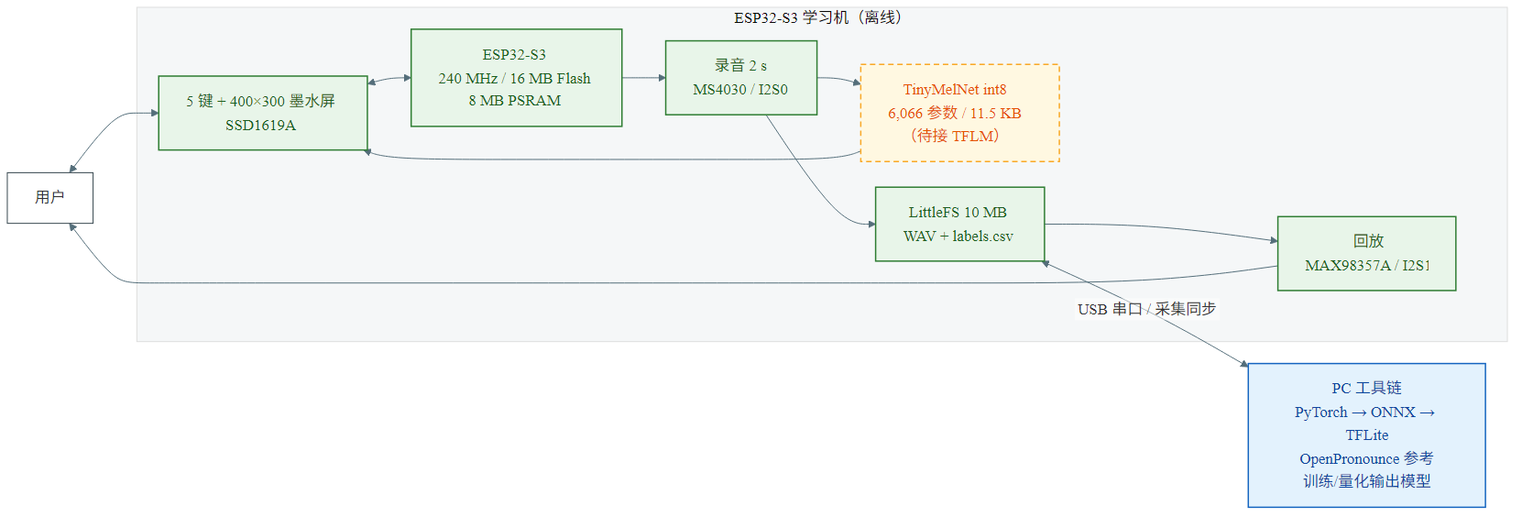
Before: docs/diagrams/renders/system-block.png, a diagram exported from Mermaid (kyhx/E-Ink-English-Learning-Device-KYHX). Its source is kept beside it as docs/diagrams/src/system-block.mmd.
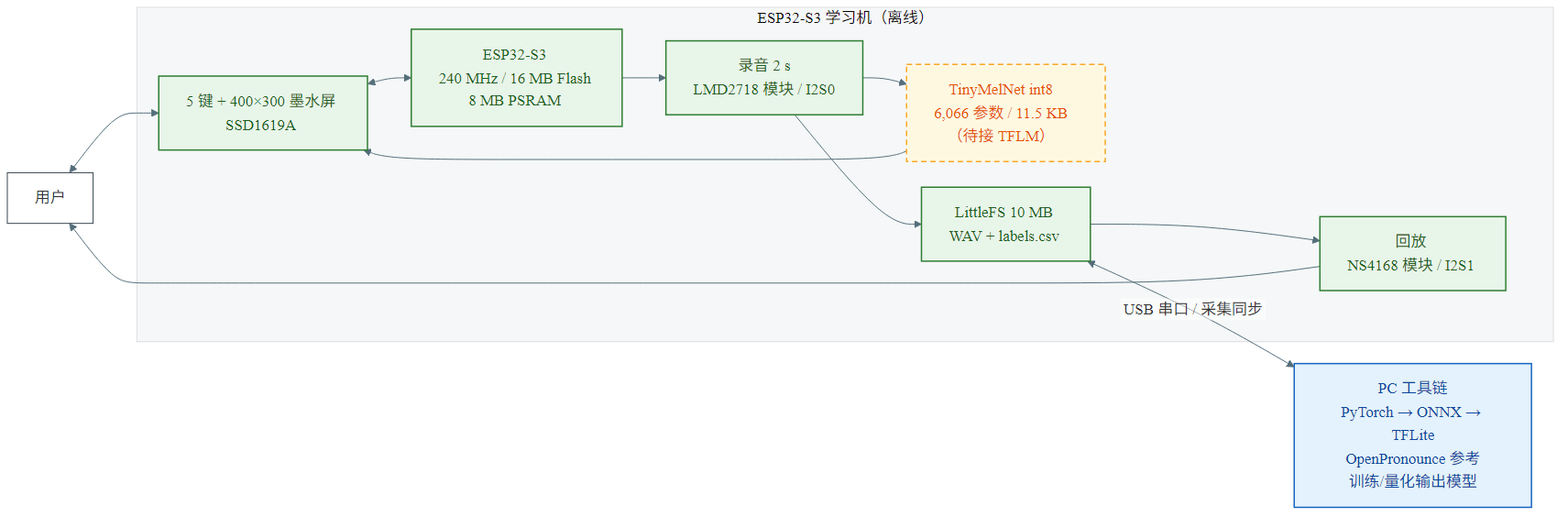
The same file after the commit.

Change to the diagram source:
```diff
@@ -18,10 +18,10 @@
     direction LR
     UI["5 键 + 400×300 墨水屏<br/>SSD1619A"]
     MCU["ESP32-S3<br/>240 MHz / 16 MB Flash<br/>8 MB PSRAM"]
-    REC["录音 2 s<br/>MS4030 / I2S0"]
+    REC["录音 2 s<br/>LMD2718 模块 / I2S0"]
     AI["TinyMelNet int8<br/>6,066 参数 / 11.5 KB<br/>（待接 TFLM）"]
     FS["LittleFS 10 MB<br/>WAV + labels.csv"]
-    PLAY["回放<br/>MAX98357A / I2S1"]
+    PLAY["回放<br/>NS4168 模块 / I2S1"]
   end
 
   USR <--> UI
```
